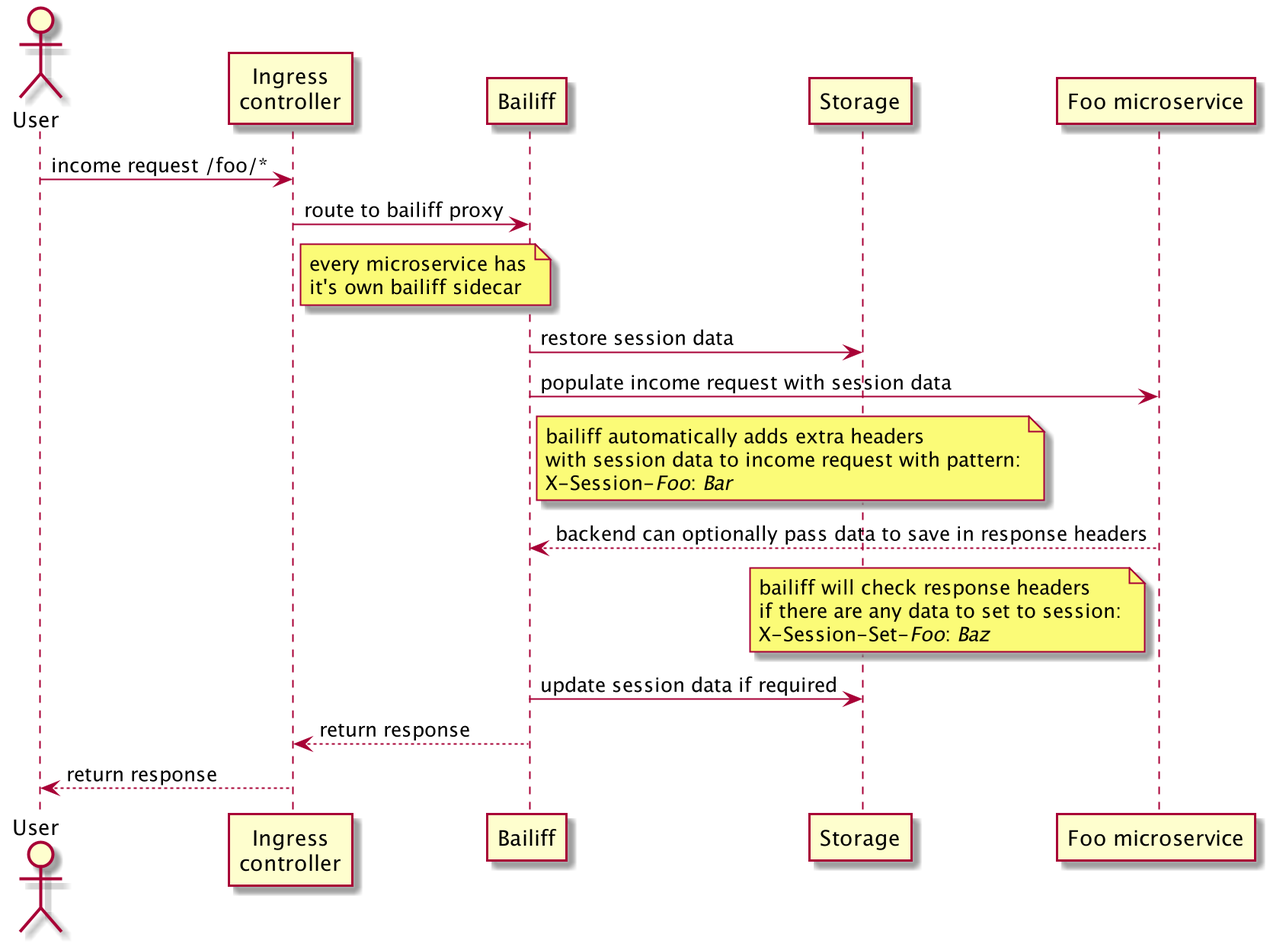
The PlantUML diagram docs/concept.png in the-bailiff/bailiff, before a commit.
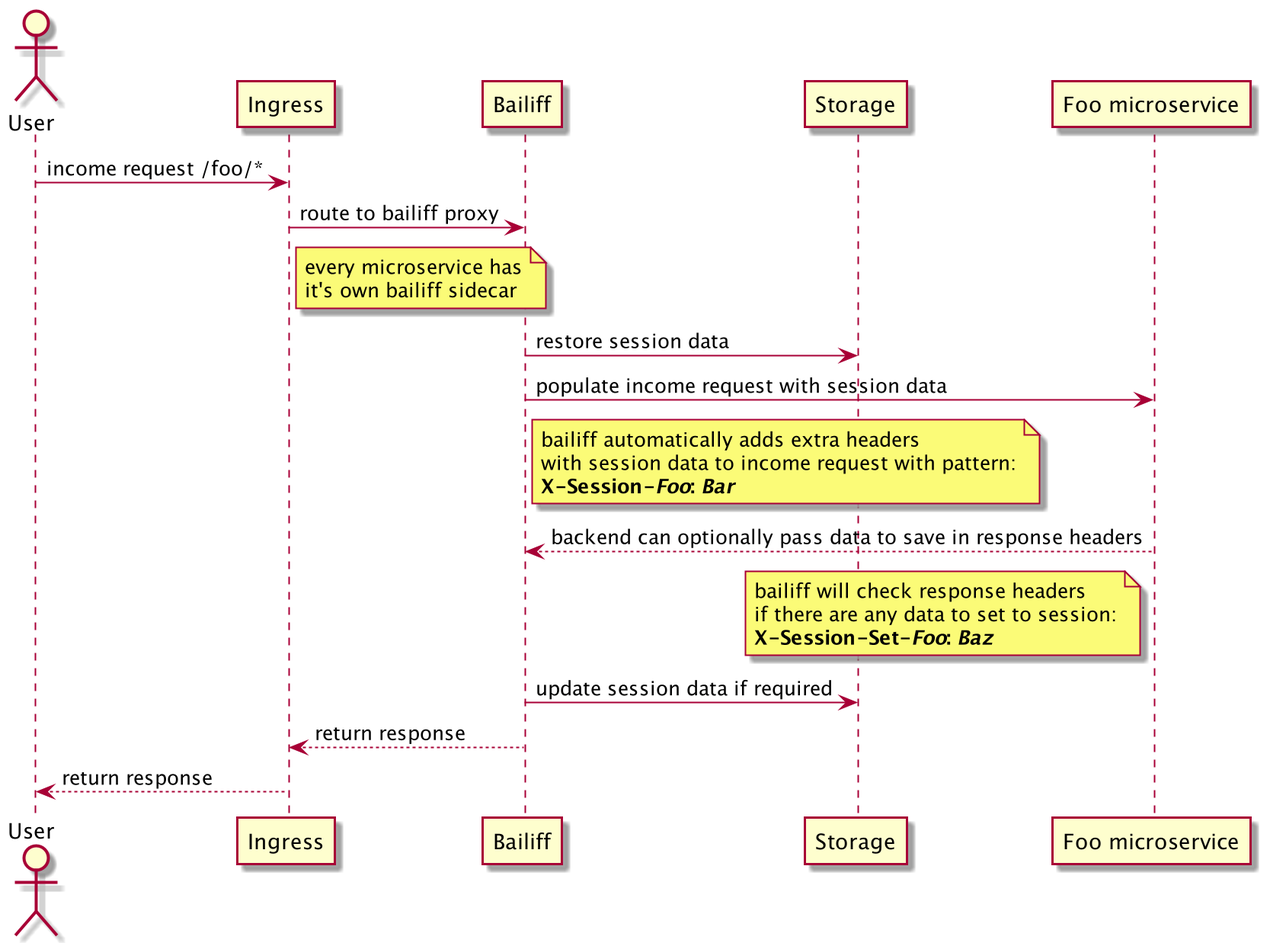
After the change.

What changed in the source:
```diff
@@ -1,6 +1,6 @@
 @startuml
 actor User as user
-participant "Ingress\ncontroller" as ingress
+participant "Ingress" as ingress
 participant "Bailiff" as bailiff
 participant "Storage" as storage
 participant "Foo microservice" as ms
@@ -19,14 +19,14 @@
 note right bailiff
 bailiff automatically adds extra headers
 with session data to income request with pattern:
-X-Session-//Foo//: //Bar//
+<b>X-Session-//Foo//: //Bar//</b>
 end note
 
 ms ---> bailiff: backend can optionally pass data to save in response headers
 note left ms
 bailiff will check response headers
 if there are any data to set to session:
-X-Session-Set-//Foo//: //Baz//
+<b>X-Session-Set-//Foo//: //Baz//</b>
 end note
 
 bailiff -> storage: update session data if required
```
